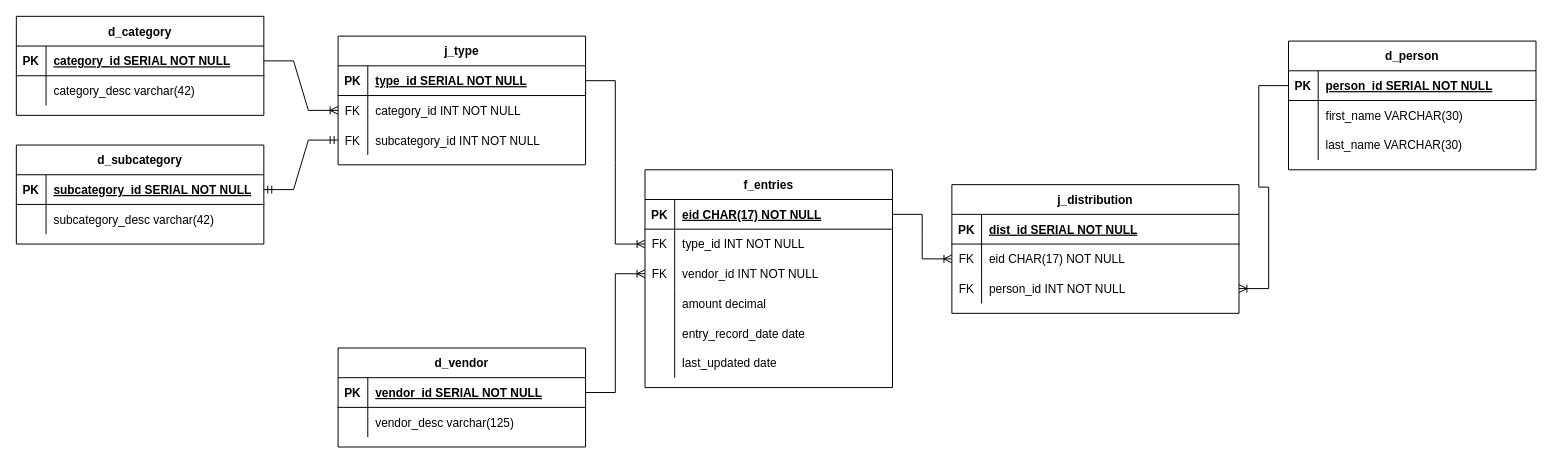
The draw.io diagram diagram/drawio/finance_star_schema.drawio in fatteryacid/penny, before the edit. Source tidied: cells renumbered, new cells numbered last; positions are measured from the earlier drawing's top-left corner, leaving out a move shared by most shapes. Both pictures are drawn from the tidied source at 99%, with x=0, y=0 at pixel (16, 16).
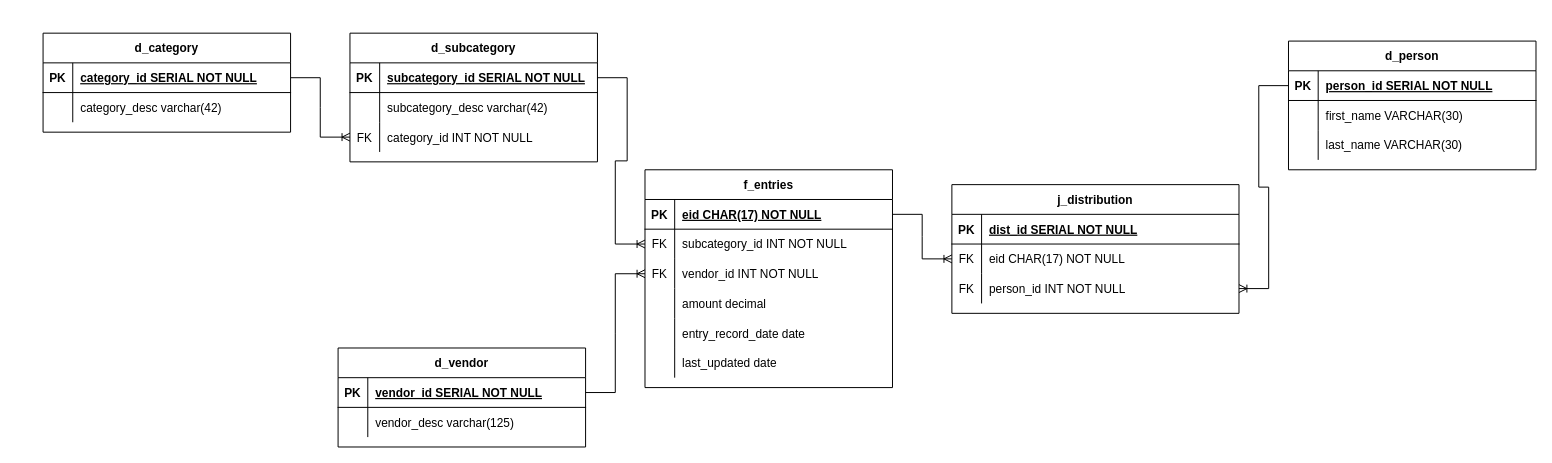
The same diagram, later.

Commit message (it also covers changes not shown here):
Update schema changes to diagram references

Unchanged cells that the change refers to:
```xml
<mxCell id="13" style="shape=partialRectangle;fillColor=none;points=[[0,0.5],[1,0.5]];portConstraint=eastwest;top=0;left=0;right=0;bottom=1;" parent="12" vertex="1">
  <mxGeometry y="30" width="250" height="30" as="geometry" />
</mxCell>
<mxCell id="23" style="shape=partialRectangle;fillColor=none;points=[[0,0.5],[1,0.5]];portConstraint=eastwest;top=0;left=0;right=0;bottom=0;" parent="19" vertex="1">
  <mxGeometry y="60" width="250" height="30" as="geometry" />
</mxCell>
<mxCell id="39" style="shape=partialRectangle;fillColor=none;points=[[0,0.5],[1,0.5]];portConstraint=eastwest;top=0;left=0;right=0;bottom=1;" parent="38" vertex="1">
  <mxGeometry y="30" width="250" height="30" as="geometry" />
</mxCell>
```

Diff of the diagram source:
```diff
@@
     <mxCell id="12" value="d_category" style="shape=table;startSize=30;childLayout=tableLayout;rowLines=0;fontStyle=1;align=center;" parent="1" vertex="1">
-      <mxGeometry width="250" height="100" as="geometry" />
+      <mxGeometry x="27" y="17" width="250" height="100" as="geometry" />
     </mxCell>
@@
-    <mxCell id="25" value="type_id INT NOT NULL" style="shape=partialRectangle;overflow=hidden;fillColor=none;top=0;left=0;bottom=0;right=0;align=left;spacingLeft=6;" parent="23" vertex="1">
+    <mxCell id="25" value="subcategory_id INT NOT NULL" style="shape=partialRectangle;overflow=hidden;fillColor=none;top=0;left=0;bottom=0;right=0;align=left;spacingLeft=6;" parent="23" vertex="1">
       <mxGeometry x="30" width="220" height="30" as="geometry" />
     </mxCell>
@@
     <mxCell id="38" value="d_subcategory" style="shape=table;startSize=30;childLayout=tableLayout;rowLines=0;fontStyle=1;align=center;" parent="1" vertex="1">
-      <mxGeometry y="130" width="250" height="100" as="geometry" />
+      <mxGeometry x="337" y="17" width="250" height="130" as="geometry" />
     </mxCell>
@@
+    <mxCell id="72" style="shape=partialRectangle;fillColor=none;points=[[0,0.5],[1,0.5]];portConstraint=eastwest;top=0;left=0;right=0;bottom=0;" parent="38" vertex="1">
+      <mxGeometry y="90" width="250" height="30" as="geometry" />
+    </mxCell>
+    <mxCell id="78" value="FK" style="shape=partialRectangle;overflow=hidden;fillColor=none;top=0;left=0;bottom=0;right=0;" parent="72" vertex="1">
+      <mxGeometry width="30" height="30" as="geometry" />
+    </mxCell>
+    <mxCell id="71" value="category_id INT NOT NULL" style="shape=partialRectangle;overflow=hidden;fillColor=none;top=0;left=0;bottom=0;right=0;align=left;spacingLeft=6;" parent="72" vertex="1">
+      <mxGeometry x="30" width="220" height="30" as="geometry" />
+    </mxCell>
@@
-    <mxCell id="65" value="j_type" style="shape=table;startSize=30;childLayout=tableLayout;rowLines=0;fontStyle=1;align=center;" parent="1" vertex="1">
-      <mxGeometry x="325" y="20" width="250" height="130" as="geometry" />
-    </mxCell>
-    <mxCell id="66" style="shape=partialRectangle;fillColor=none;points=[[0,0.5],[1,0.5]];portConstraint=eastwest;top=0;left=0;right=0;bottom=1;" parent="65" vertex="1">
-      <mxGeometry y="30" width="250" height="30" as="geometry" />
-    </mxCell>
-    <mxCell id="67" value="PK" style="shape=partialRectangle;overflow=hidden;fillColor=none;top=0;left=0;bottom=0;right=0;fontStyle=1;" parent="66" vertex="1">
-      <mxGeometry width="30" height="30" as="geometry" />
-    </mxCell>
-    <mxCell id="68" value="type_id SERIAL NOT NULL" style="shape=partialRectangle;overflow=hidden;fillColor=none;top=0;left=0;bottom=0;right=0;align=left;spacingLeft=6;fontStyle=5;" parent="66" vertex="1">
-      <mxGeometry x="30" width="220" height="30" as="geometry" />
-    </mxCell>
-    <mxCell id="69" style="shape=partialRectangle;fillColor=none;points=[[0,0.5],[1,0.5]];portConstraint=eastwest;top=0;left=0;right=0;bottom=0;" parent="65" vertex="1">
-      <mxGeometry y="60" width="250" height="30" as="geometry" />
-    </mxCell>
-    <mxCell id="70" value="FK" style="shape=partialRectangle;overflow=hidden;fillColor=none;top=0;left=0;bottom=0;right=0;" parent="69" vertex="1">
-      <mxGeometry width="30" height="30" as="geometry" />
-    </mxCell>
-    <mxCell id="71" value="category_id INT NOT NULL" style="shape=partialRectangle;overflow=hidden;fillColor=none;top=0;left=0;bottom=0;right=0;align=left;spacingLeft=6;" parent="69" vertex="1">
-      <mxGeometry x="30" width="220" height="30" as="geometry" />
-    </mxCell>
-    <mxCell id="72" style="shape=partialRectangle;fillColor=none;points=[[0,0.5],[1,0.5]];portConstraint=eastwest;top=0;left=0;right=0;bottom=0;" parent="65" vertex="1">
-      <mxGeometry y="90" width="250" height="30" as="geometry" />
-    </mxCell>
-    <mxCell id="73" value="FK" style="shape=partialRectangle;overflow=hidden;fillColor=none;top=0;left=0;bottom=0;right=0;" parent="72" vertex="1">
-      <mxGeometry width="30" height="30" as="geometry" />
-    </mxCell>
-    <mxCell id="74" value="subcategory_id INT NOT NULL" style="shape=partialRectangle;overflow=hidden;fillColor=none;top=0;left=0;bottom=0;right=0;align=left;spacingLeft=6;" parent="72" vertex="1">
-      <mxGeometry x="30" width="220" height="30" as="geometry" />
-    </mxCell>
-    <mxCell id="75" style="edgeStyle=entityRelationEdgeStyle;fontSize=12;html=1;endArrow=ERoneToMany;rounded=0;exitX=1;exitY=0.5;exitDx=0;exitDy=0;entryX=0;entryY=0.5;entryDx=0;entryDy=0;" parent="1" edge="1" source="13" target="69">
+    <mxCell id="75" style="edgeStyle=entityRelationEdgeStyle;fontSize=12;html=1;endArrow=ERoneToMany;rounded=0;exitX=1;exitY=0.5;exitDx=0;exitDy=0;" parent="1" edge="1" source="13" target="72">
       <mxGeometry relative="1" as="geometry" />
     </mxCell>
-    <mxCell id="76" style="edgeStyle=entityRelationEdgeStyle;fontSize=12;html=1;endArrow=ERmandOne;startArrow=ERmandOne;rounded=0;" parent="1" edge="1" source="39" target="72">
-      <mxGeometry relative="1" as="geometry" />
-    </mxCell>
-    <mxCell id="77" style="edgeStyle=entityRelationEdgeStyle;fontSize=12;html=1;endArrow=ERoneToMany;rounded=0;entryX=0;entryY=0.5;entryDx=0;entryDy=0;" parent="1" edge="1" source="66" target="23">
-      <mxGeometry relative="1" as="geometry" />
-    </mxCell>
+    <mxCell id="79" style="edgeStyle=entityRelationEdgeStyle;fontSize=12;html=1;endArrow=ERoneToMany;rounded=0;" parent="1" edge="1" source="39" target="23">
+      <mxGeometry relative="1" as="geometry" />
+    </mxCell>
```
